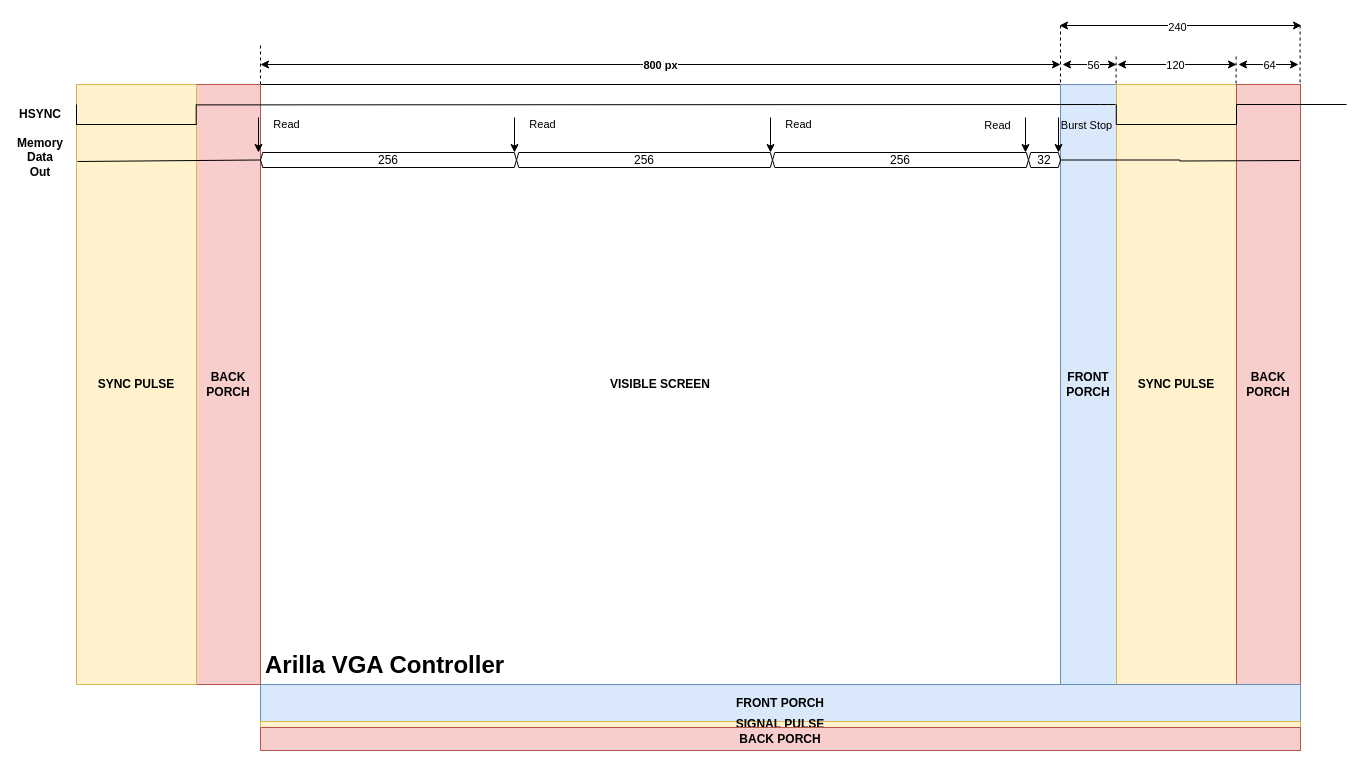
topofkeks/arilla keeps this draw.io diagram as gpu/VGA timing sketch.drawio. Above is the earlier version. Source tidied: cells renumbered, new cells numbered last; positions are measured from the earlier drawing's top-left corner, leaving out a move shared by most shapes. Both pictures are drawn from the tidied source at 100%, with x=0, y=0 at pixel (20, 22).
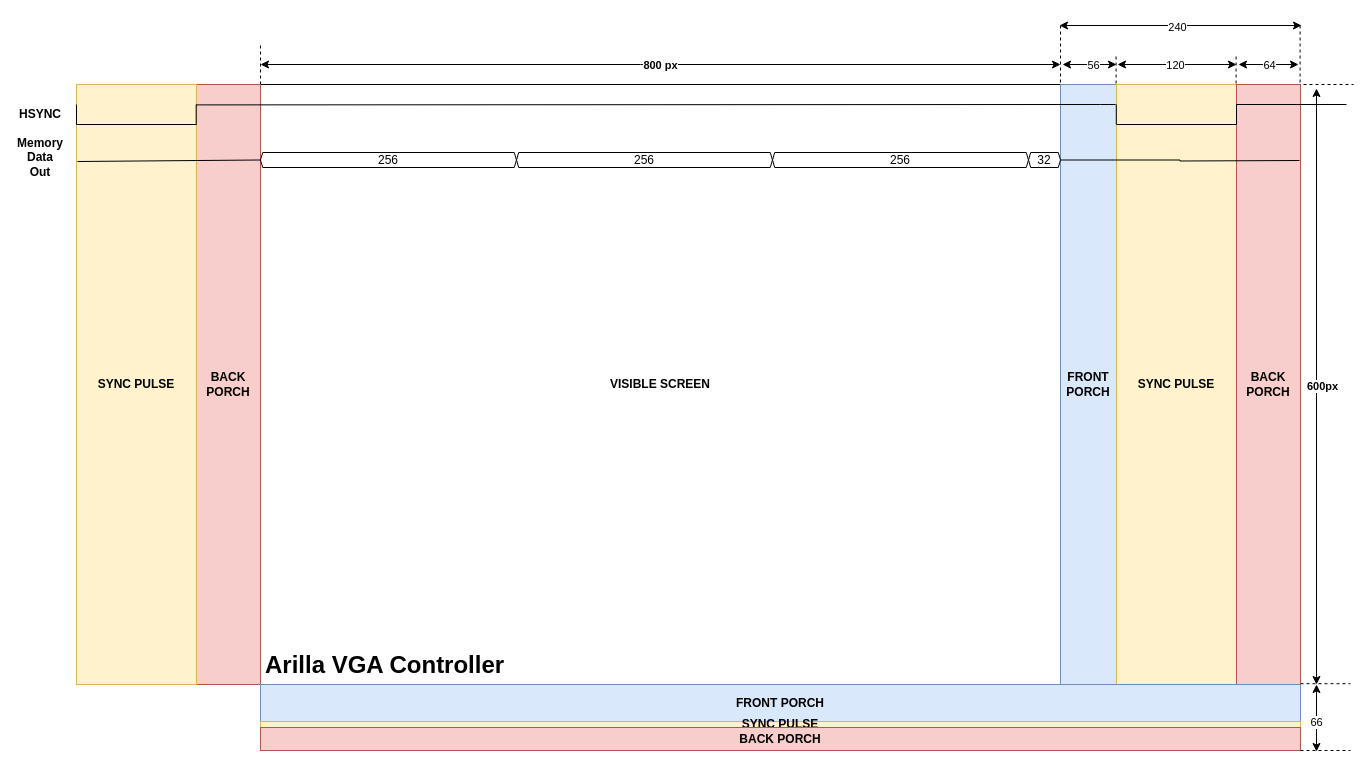
The same page after the edit.

Commit message (it also covers changes not shown here):
Slightly improved schematics

What changed in the source:
```diff
@@
-    <mxCell id="37" style="endArrow=classic;html=1;verticalAlign=middle;" parent="1" edge="1">
-      <mxGeometry relative="1" as="geometry">
-        <mxPoint x="238" y="95" as="sourcePoint" />
-        <mxPoint x="238" y="130" as="targetPoint" />
-      </mxGeometry>
-    </mxCell>
-    <mxCell id="38" value="Read" style="edgeLabel;html=1;align=center;verticalAlign=middle;" parent="37" vertex="1">
-      <mxGeometry x="-0.21" relative="1" as="geometry">
-        <mxPoint x="27" y="-8" as="offset" />
-      </mxGeometry>
-    </mxCell>
-    <mxCell id="39" style="endArrow=classic;html=1;verticalAlign=middle;" parent="1" edge="1">
-      <mxGeometry relative="1" as="geometry">
-        <mxPoint x="1038" y="95" as="sourcePoint" />
-        <mxPoint x="1038" y="130" as="targetPoint" />
-      </mxGeometry>
-    </mxCell>
-    <mxCell id="40" value="&lt;div&gt;Burst Stop&lt;/div&gt;" style="edgeLabel;html=1;align=center;verticalAlign=middle;labelBackgroundColor=none;" parent="39" vertex="1">
-      <mxGeometry x="-0.21" relative="1" as="geometry">
-        <mxPoint x="27" y="-7" as="offset" />
-      </mxGeometry>
-    </mxCell>
-    <mxCell id="41" style="endArrow=classic;html=1;verticalAlign=middle;" parent="1" edge="1">
-      <mxGeometry relative="1" as="geometry">
-        <mxPoint x="1005" y="95" as="sourcePoint" />
-        <mxPoint x="1005" y="130" as="targetPoint" />
-      </mxGeometry>
-    </mxCell>
-    <mxCell id="42" value="Read" style="edgeLabel;html=1;align=center;verticalAlign=middle;labelBackgroundColor=none;" parent="41" vertex="1">
-      <mxGeometry x="-0.21" relative="1" as="geometry">
-        <mxPoint x="-29" y="-7" as="offset" />
-      </mxGeometry>
-    </mxCell>
-    <mxCell id="43" style="endArrow=classic;html=1;verticalAlign=middle;" parent="1" edge="1">
-      <mxGeometry relative="1" as="geometry">
-        <mxPoint x="494" y="95" as="sourcePoint" />
-        <mxPoint x="494" y="130" as="targetPoint" />
-      </mxGeometry>
-    </mxCell>
-    <mxCell id="44" value="Read" style="edgeLabel;html=1;align=center;verticalAlign=middle;" parent="43" vertex="1">
-      <mxGeometry x="-0.21" relative="1" as="geometry">
-        <mxPoint x="27" y="-8" as="offset" />
-      </mxGeometry>
-    </mxCell>
-    <mxCell id="45" style="endArrow=classic;html=1;verticalAlign=middle;" parent="1" edge="1">
-      <mxGeometry relative="1" as="geometry">
-        <mxPoint x="750" y="95" as="sourcePoint" />
-        <mxPoint x="750" y="130" as="targetPoint" />
-      </mxGeometry>
-    </mxCell>
-    <mxCell id="46" value="Read" style="edgeLabel;html=1;align=center;verticalAlign=middle;" parent="45" vertex="1">
-      <mxGeometry x="-0.21" relative="1" as="geometry">
-        <mxPoint x="27" y="-8" as="offset" />
-      </mxGeometry>
-    </mxCell>
@@
-    <mxCell id="48" value="&lt;b&gt;SIGNAL PULSE&lt;/b&gt;" style="rounded=0;whiteSpace=wrap;html=1;labelBackgroundColor=none;strokeColor=#d6b656;fillColor=#fff2cc;" parent="1" vertex="1">
+    <mxCell id="48" value="&lt;b&gt;SYNC PULSE&lt;br&gt;&lt;/b&gt;" style="rounded=0;whiteSpace=wrap;html=1;labelBackgroundColor=none;strokeColor=#d6b656;fillColor=#fff2cc;" parent="1" vertex="1">
       <mxGeometry x="240" y="699" width="1040" height="6" as="geometry" />
     </mxCell>
@@
+    <mxCell id="53" style="endArrow=none;dashed=1;html=1;" parent="1" edge="1">
+      <mxGeometry relative="1" as="geometry">
+        <mxPoint x="1283" y="62" as="sourcePoint" />
+        <mxPoint x="1333" y="62" as="targetPoint" />
+      </mxGeometry>
+    </mxCell>
+    <mxCell id="54" style="endArrow=none;dashed=1;html=1;" parent="1" edge="1">
+      <mxGeometry relative="1" as="geometry">
+        <mxPoint x="1280" y="728" as="sourcePoint" />
+        <mxPoint x="1330" y="728" as="targetPoint" />
+      </mxGeometry>
+    </mxCell>
+    <mxCell id="55" style="endArrow=none;dashed=1;html=1;" parent="1" edge="1">
+      <mxGeometry relative="1" as="geometry">
+        <mxPoint x="1280" y="661.2" as="sourcePoint" />
+        <mxPoint x="1330" y="661.2" as="targetPoint" />
+      </mxGeometry>
+    </mxCell>
+    <mxCell id="56" style="endArrow=classic;startArrow=classic;html=1;" parent="1" edge="1">
+      <mxGeometry relative="1" as="geometry">
+        <mxPoint x="1296" y="662" as="sourcePoint" />
+        <mxPoint x="1296" y="66" as="targetPoint" />
+      </mxGeometry>
+    </mxCell>
+    <mxCell id="57" value="&lt;b&gt;600px&lt;/b&gt;" style="edgeLabel;html=1;align=center;verticalAlign=middle;" parent="56" vertex="1">
+      <mxGeometry x="-0.35" y="-3" relative="1" as="geometry">
+        <mxPoint x="2" y="-105" as="offset" />
+      </mxGeometry>
+    </mxCell>
+    <mxCell id="58" style="endArrow=classic;startArrow=classic;html=1;" parent="1" edge="1">
+      <mxGeometry relative="1" as="geometry">
+        <mxPoint x="1296" y="729" as="sourcePoint" />
+        <mxPoint x="1296" y="662" as="targetPoint" />
+      </mxGeometry>
+    </mxCell>
+    <mxCell id="59" value="66" style="edgeLabel;html=1;align=center;verticalAlign=middle;" parent="58" vertex="1">
+      <mxGeometry x="-0.22" y="-2" relative="1" as="geometry">
+        <mxPoint x="-3" y="-4" as="offset" />
+      </mxGeometry>
+    </mxCell>
```
